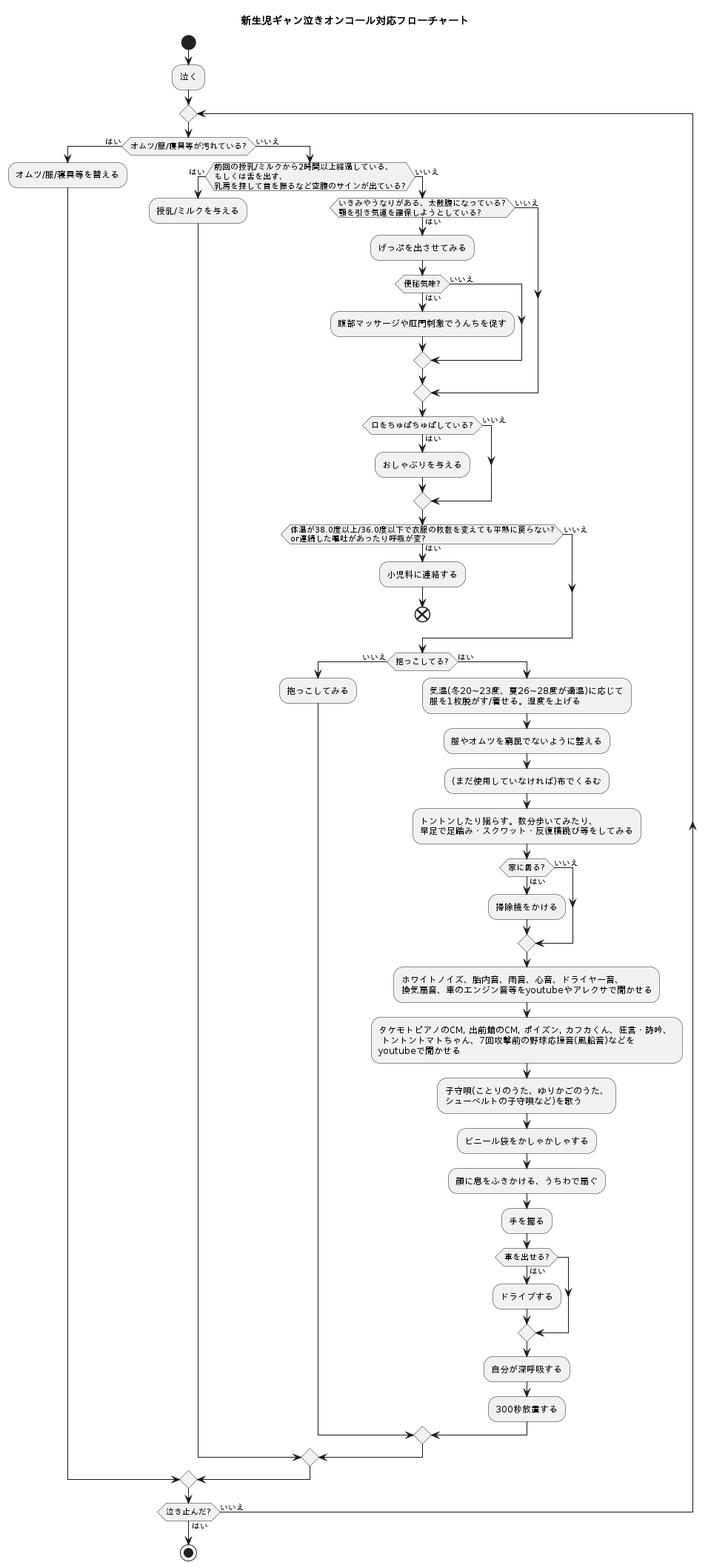
Earlier version of the PlantUML export flowchart.png (dakimura/gyan-crying-oncall-playbook).
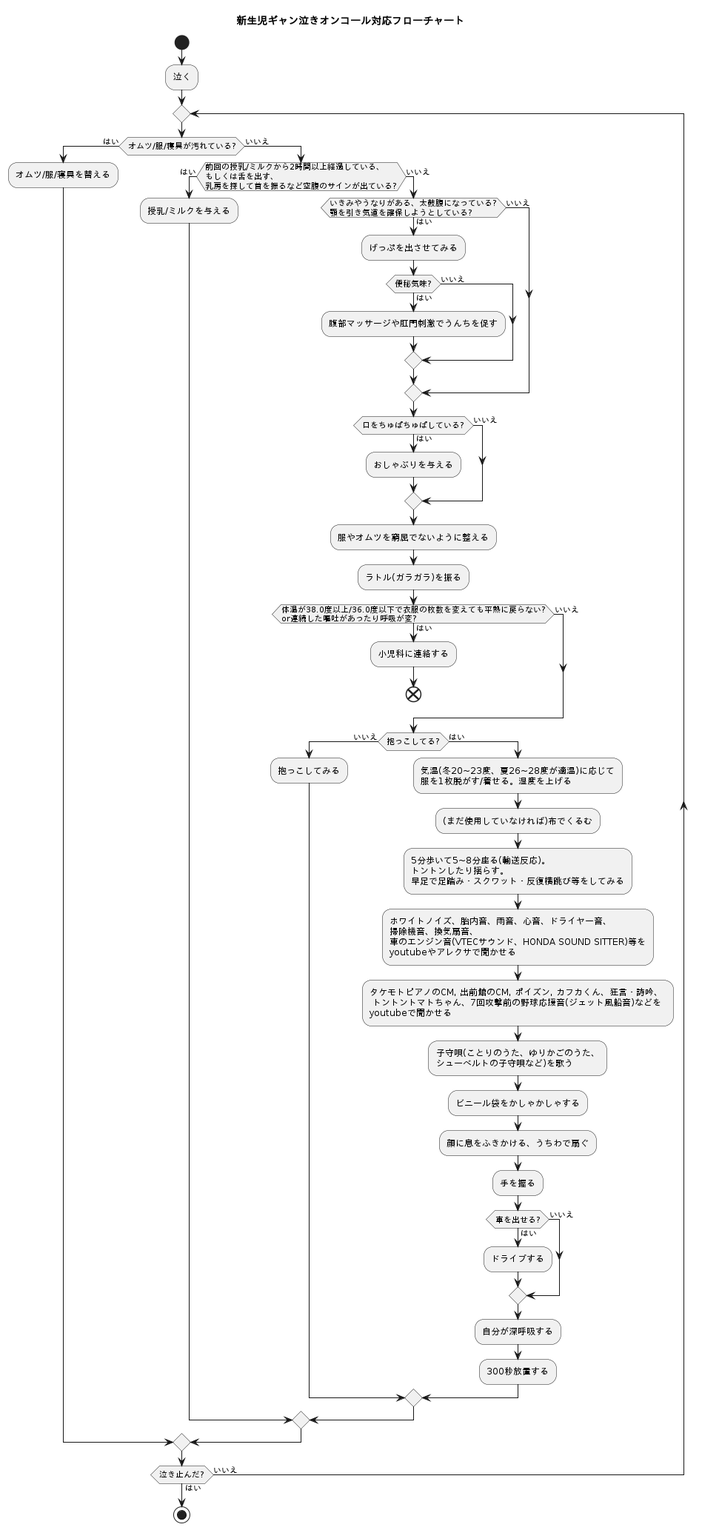
After the change.

Change to the diagram source:
```diff
@@ -6,8 +6,8 @@
 :泣く;
 
 repeat;
-  if (オムツ/服/寝具等が汚れている?) then (はい)
-    :オムツ/服/寝具等を替える;
+  if (オムツ/服/寝具が汚れている?) then (はい)
+    :オムツ/服/寝具を替える;
   else (いいえ)
     if (前回の授乳/ミルクから2時間以上経過している、\nもしくは舌を出す、\n乳房を探して首を振るなど空腹のサインが出ている?) then (はい)
       :授乳/ミルクを与える;
@@ -24,6 +24,8 @@
         :おしゃぶりを与える;
       else (いいえ)
       endif
+      :服やオムツを窮屈でないように整える;
+      :ラトル(ガラガラ)を振る;
       if (体温が38.0度以上/36.0度以下で衣服の枚数を変えても平熱に戻らない?\nor連続した嘔吐があったり呼吸が変?) then (はい)
         :小児科に連絡する;
         end
@@ -33,21 +35,17 @@
         :抱っこしてみる;
       else (はい)
         :気温(冬20~23度、夏26~28度が適温)に応じて\n服を1枚脱がす/着せる。湿度を上げる;
-        :服やオムツを窮屈でないように整える;
         :(まだ使用していなければ)布でくるむ;
-        :トントンしたり揺らす。数分歩いてみたり、\n早足で足踏み・スクワット・反復横跳び等をしてみる;
-        if (家に居る?) then (はい)
-          :掃除機をかける;
-        else (いいえ)
-        endif
-        :ホワイトノイズ、胎内音、雨音、心音、ドライヤー音、\n換気扇音、車のエンジン音等をyoutubeやアレクサで聞かせる;
-        :タケモトピアノのCM, 出前館のCM, ポイズン, カフカくん、狂言・詩吟、 \n トントントマトちゃん、7回攻撃前の野球応援音(風船音)などを\nyoutubeで聞かせる;
+        :5分歩いて5~8分座る(輸送反応)。\nトントンしたり揺らす。\n早足で足踏み・スクワット・反復横跳び等をしてみる;
+        :ホワイトノイズ、胎内音、雨音、心音、ドライヤー音、\n掃除機音、換気扇音、\n車のエンジン音(VTECサウンド、HONDA SOUND SITTER)等を\nyoutubeやアレクサで聞かせる;
+        :タケモトピアノのCM, 出前館のCM, ポイズン, カフカくん、狂言・詩吟、 \n トントントマトちゃん、7回攻撃前の野球応援音(ジェット風船音)などを\nyoutubeで聞かせる;
         :子守唄(ことりのうた、ゆりかごのうた、\nシューベルトの子守唄など)を歌う;
         :ビニール袋をかしゃかしゃする;
         :顔に息をふきかける、うちわで扇ぐ;
         :手を握る;
         if (車を出せる?) then (はい)
           :ドライブする;
+        else (いいえ)
         endif
         :自分が深呼吸する;
         :300秒放置する;
```
